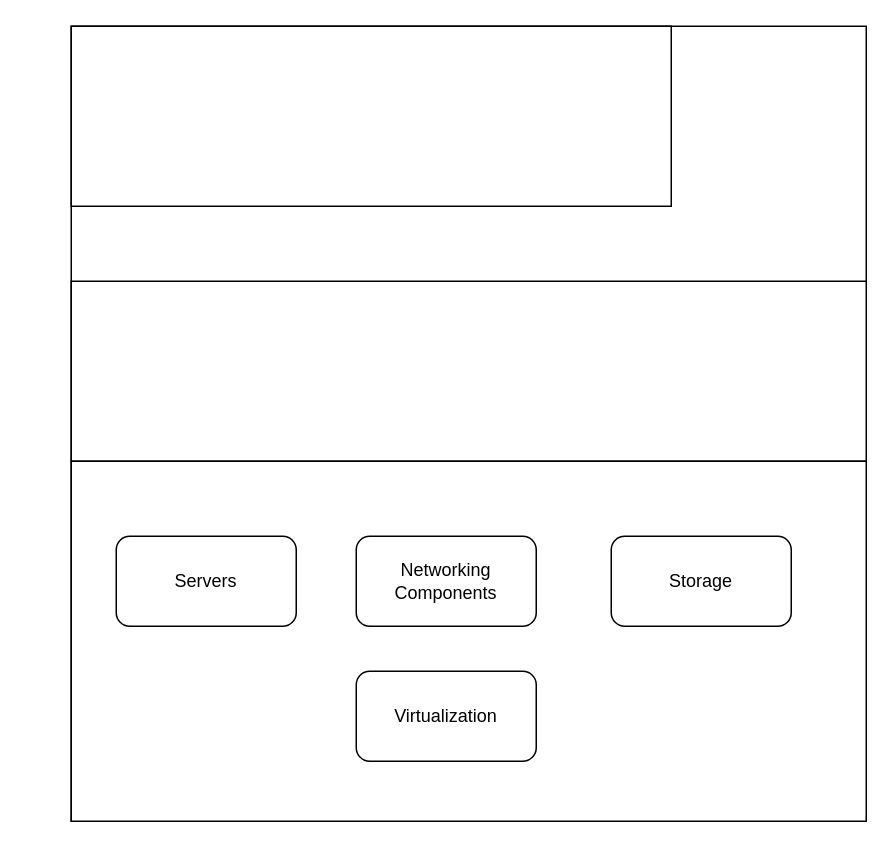
GR-882/DataValley-FullStack-Assignment-10 keeps this draw.io diagram as Untitled Diagram.drawio. Above is the earlier version. Source tidied: cells renumbered, new cells numbered last; positions are measured from the earlier drawing's top-left corner, leaving out a move shared by most shapes. Both pictures are drawn from the tidied source at 150%, with x=0, y=0 at pixel (70, 26).
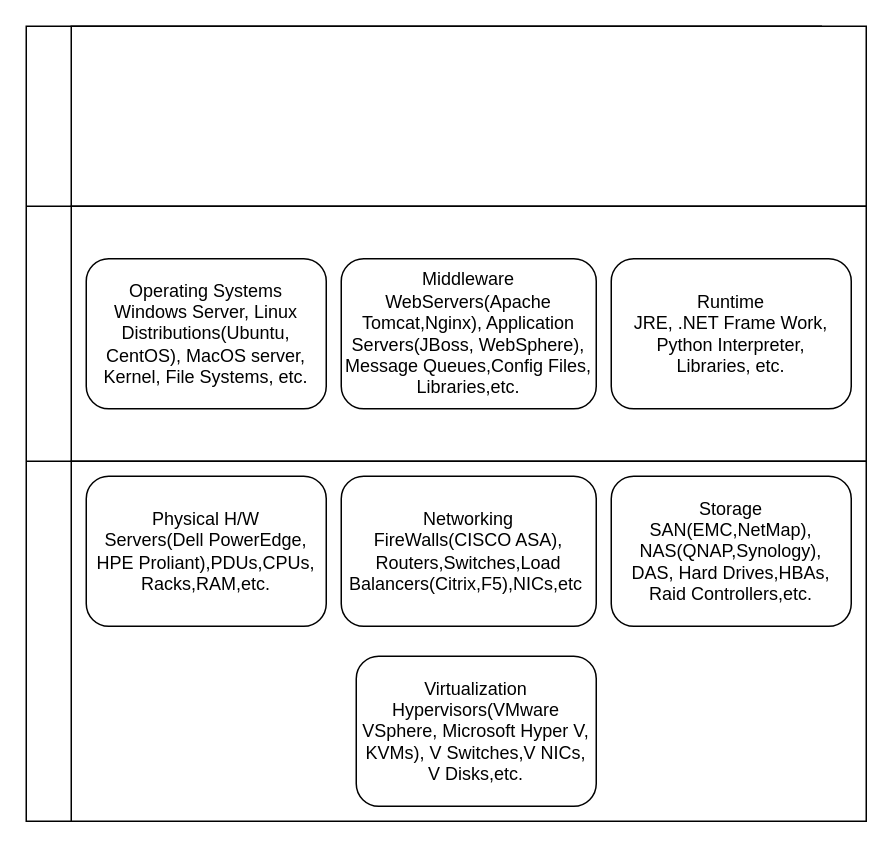
Above is the later version.

What changed in the source:
```diff
@@
 <mxGraphModel>
   <root>
     <mxCell id="0" />
     <mxCell id="1" parent="0" />
     <mxCell id="2" style="whiteSpace=wrap;html=1;" parent="1" vertex="1">
-      <mxGeometry width="530" height="530" as="geometry" />
+      <mxGeometry x="-30" width="530" height="530" as="geometry" />
     </mxCell>
     <mxCell id="3" style="rounded=0;whiteSpace=wrap;html=1;" parent="1" vertex="1">
-      <mxGeometry width="400" height="120" as="geometry" />
+      <mxGeometry width="530" height="120" as="geometry" />
     </mxCell>
     <mxCell id="4" style="rounded=0;whiteSpace=wrap;html=1;" parent="1" vertex="1">
-      <mxGeometry y="170" width="530" height="120" as="geometry" />
+      <mxGeometry y="120" width="530" height="170" as="geometry" />
     </mxCell>
     <mxCell id="5" style="rounded=0;whiteSpace=wrap;html=1;" parent="1" vertex="1">
       <mxGeometry y="290" width="530" height="240" as="geometry" />
     </mxCell>
-    <mxCell id="6" value="Servers" style="rounded=1;whiteSpace=wrap;html=1;" parent="1" vertex="1">
-      <mxGeometry x="30" y="340" width="120" height="60" as="geometry" />
+    <mxCell id="6" value="Physical H/W&lt;div&gt;Servers(Dell PowerEdge, HPE&lt;span style=&quot;background-color: transparent; color: light-dark(rgb(0, 0, 0), rgb(255, 255, 255));&quot;&gt;&amp;nbsp;Proliant),PDUs,CPUs,&lt;/span&gt;&lt;/div&gt;&lt;div&gt;&lt;span style=&quot;background-color: transparent; color: light-dark(rgb(0, 0, 0), rgb(255, 255, 255));&quot;&gt;Racks,RAM,etc.&lt;/span&gt;&lt;/div&gt;" style="rounded=1;whiteSpace=wrap;html=1;" parent="1" vertex="1">
+      <mxGeometry x="10" y="300" width="160" height="100" as="geometry" />
     </mxCell>
-    <mxCell id="7" value="Networking Components" style="rounded=1;whiteSpace=wrap;html=1;" parent="1" vertex="1">
-      <mxGeometry x="190" y="340" width="120" height="60" as="geometry" />
+    <mxCell id="7" value="Networking&lt;div&gt;FireWalls(CISCO ASA),&lt;/div&gt;&lt;div&gt;Routers,Switches,Load Balancers(Citrix,F5),NICs,etc&amp;nbsp;&lt;/div&gt;" style="rounded=1;whiteSpace=wrap;html=1;align=center;" parent="1" vertex="1">
+      <mxGeometry x="180" y="300" width="170" height="100" as="geometry" />
     </mxCell>
-    <mxCell id="8" value="Storage" style="rounded=1;whiteSpace=wrap;html=1;" parent="1" vertex="1">
-      <mxGeometry x="360" y="340" width="120" height="60" as="geometry" />
+    <mxCell id="8" value="Storage&lt;div&gt;SAN(EMC,NetMap),&lt;/div&gt;&lt;div&gt;NAS(QNAP,Synology),&lt;/div&gt;&lt;div&gt;DAS, Hard Drives,HBAs,&lt;/div&gt;&lt;div&gt;Raid Controllers,etc.&lt;/div&gt;" style="rounded=1;whiteSpace=wrap;html=1;" parent="1" vertex="1">
+      <mxGeometry x="360" y="300" width="160" height="100" as="geometry" />
     </mxCell>
-    <mxCell id="9" value="Virtualization" style="rounded=1;whiteSpace=wrap;html=1;" parent="1" vertex="1">
-      <mxGeometry x="190" y="430" width="120" height="60" as="geometry" />
+    <mxCell id="9" value="Virtualization&lt;div&gt;Hypervisors(VMware VSphere, Microsoft Hyper V, KVMs), V Switches,V NICs, V Disks,etc.&lt;/div&gt;" style="rounded=1;whiteSpace=wrap;html=1;" parent="1" vertex="1">
+      <mxGeometry x="190" y="420" width="160" height="100" as="geometry" />
     </mxCell>
+    <mxCell id="10" value="Operating Systems&lt;div&gt;&lt;span style=&quot;background-color: transparent; color: light-dark(rgb(0, 0, 0), rgb(255, 255, 255));&quot;&gt;Windows Server, Linux Distributions(Ubuntu, CentOS), MacOS server,&lt;/span&gt;&lt;/div&gt;&lt;div&gt;&lt;span style=&quot;background-color: transparent; color: light-dark(rgb(0, 0, 0), rgb(255, 255, 255));&quot;&gt;Kernel, File Systems, etc.&lt;/span&gt;&lt;/div&gt;" style="rounded=1;whiteSpace=wrap;html=1;" parent="1" vertex="1">
+      <mxGeometry x="10" y="155" width="160" height="100" as="geometry" />
+    </mxCell>
+    <mxCell id="11" value="Middleware&lt;div&gt;WebServers(Apache Tomcat,Nginx), Application Servers(JBoss, WebSphere),&lt;/div&gt;&lt;div&gt;Message Queues,Config Files,&lt;/div&gt;&lt;div&gt;Libraries,etc.&lt;/div&gt;" style="rounded=1;whiteSpace=wrap;html=1;" parent="1" vertex="1">
+      <mxGeometry x="180" y="155" width="170" height="100" as="geometry" />
+    </mxCell>
+    <mxCell id="12" value="Runtime&lt;div&gt;JRE, .NET Frame Work,&lt;/div&gt;&lt;div&gt;Python Interpreter,&lt;/div&gt;&lt;div&gt;Libraries, etc.&lt;/div&gt;" style="rounded=1;whiteSpace=wrap;html=1;" parent="1" vertex="1">
+      <mxGeometry x="360" y="155" width="160" height="100" as="geometry" />
+    </mxCell>
+    <mxCell id="13" style="endArrow=none;html=1;rounded=0;entryX=0;entryY=0;entryDx=0;entryDy=0;" parent="1" edge="1" target="4">
+      <mxGeometry relative="1" as="geometry">
+        <mxPoint x="-30" y="120" as="sourcePoint" />
+      </mxGeometry>
+    </mxCell>
+    <mxCell id="14" style="endArrow=none;html=1;rounded=0;" parent="1" edge="1">
+      <mxGeometry relative="1" as="geometry">
+        <mxPoint x="-30" y="290" as="sourcePoint" />
+        <mxPoint y="290" as="targetPoint" />
+      </mxGeometry>
+    </mxCell>
   </root>
 </mxGraphModel>
```
